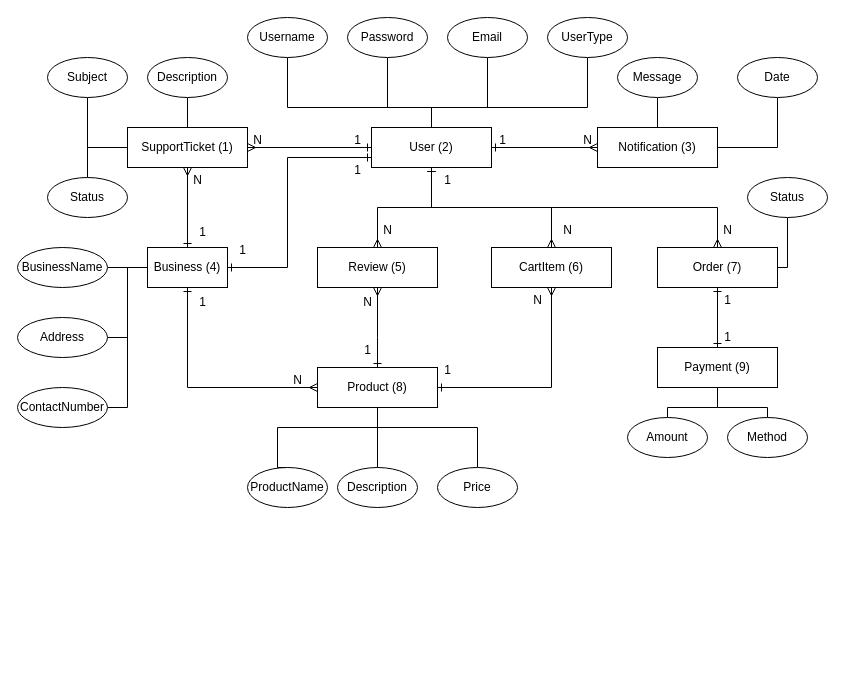
This is Project Proposal/Concept_ERD.drawio from MinMinis/COS20031---Computing-Technology-Design-Project, a draw.io file, before an edit. Source tidied: cells renumbered, new cells numbered last; positions are measured from the earlier drawing's top-left corner, leaving out a move shared by most shapes. Both pictures are drawn from the tidied source at 100%, with x=0, y=0 at pixel (17, 17).
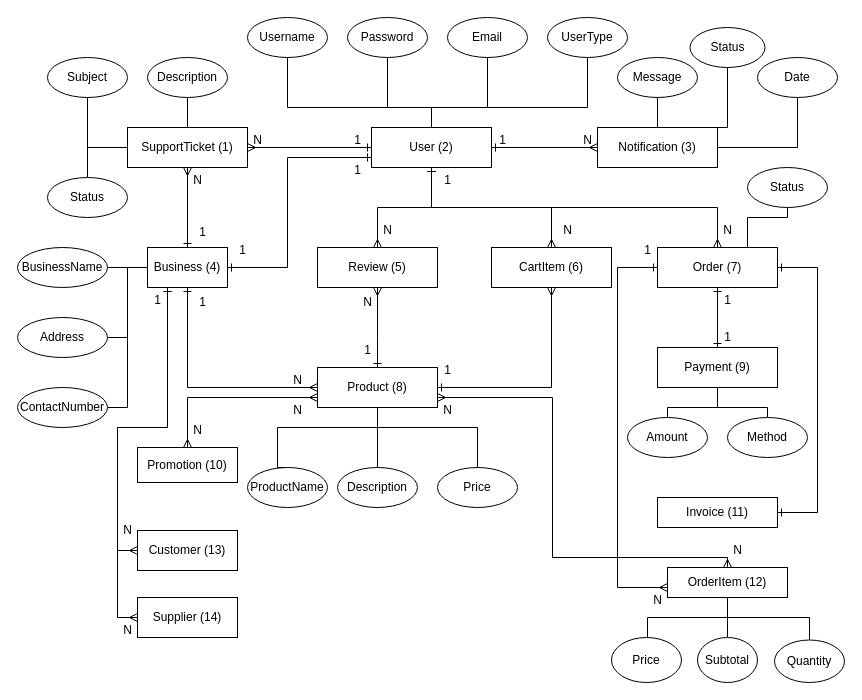
The same diagram, later.

The change refers to these unchanged cells:
```xml
<mxCell id="22" value="Business (4)" style="rounded=0;whiteSpace=wrap;html=1;" parent="1" vertex="1">
  <mxGeometry x="130" y="230" width="80" height="40" as="geometry" />
</mxCell>
<mxCell id="28" value="Product (8)" style="rounded=0;whiteSpace=wrap;html=1;" parent="1" vertex="1">
  <mxGeometry x="300" y="350" width="120" height="40" as="geometry" />
</mxCell>
<mxCell id="31" value="Order (7)" style="rounded=0;whiteSpace=wrap;html=1;" parent="1" vertex="1">
  <mxGeometry x="640" y="230" width="120" height="40" as="geometry" />
</mxCell>
<mxCell id="34" value="Notification (3)" style="rounded=0;whiteSpace=wrap;html=1;" parent="1" vertex="1">
  <mxGeometry x="580" y="110" width="120" height="40" as="geometry" />
</mxCell>
```

What changed in the source:
```diff
@@
+    <mxCell id="78" style="edgeStyle=orthogonalEdgeStyle;rounded=0;jettySize=auto;html=1;entryX=0;entryY=0.5;entryDx=0;entryDy=0;startArrow=ERone;startFill=0;endArrow=ERmany;endFill=0;" parent="1" edge="1" source="22" target="98">
+      <mxGeometry relative="1" as="geometry">
+        <Array as="points">
+          <mxPoint x="150" y="410" />
+          <mxPoint x="100" y="410" />
+          <mxPoint x="100" y="533" />
+        </Array>
+      </mxGeometry>
+    </mxCell>
+    <mxCell id="79" style="edgeStyle=orthogonalEdgeStyle;rounded=0;jettySize=auto;html=1;entryX=0;entryY=0.5;entryDx=0;entryDy=0;startArrow=ERone;startFill=0;endArrow=ERmany;endFill=0;" parent="1" edge="1" source="22" target="99">
+      <mxGeometry relative="1" as="geometry">
+        <Array as="points">
+          <mxPoint x="150" y="410" />
+          <mxPoint x="100" y="410" />
+          <mxPoint x="100" y="600" />
+        </Array>
+      </mxGeometry>
+    </mxCell>
@@
+    <mxCell id="80" style="edgeStyle=orthogonalEdgeStyle;rounded=0;jettySize=auto;html=1;entryX=0.5;entryY=0;entryDx=0;entryDy=0;startArrow=ERmany;startFill=0;endArrow=ERmany;endFill=0;" parent="1" edge="1" source="28" target="94">
+      <mxGeometry relative="1" as="geometry">
+        <Array as="points">
+          <mxPoint x="170" y="380" />
+        </Array>
+      </mxGeometry>
+    </mxCell>
@@
     <mxCell id="30" style="edgeStyle=orthogonalEdgeStyle;rounded=0;jettySize=auto;html=1;entryX=0.5;entryY=1;entryDx=0;entryDy=0;endArrow=none;endFill=0;" parent="1" edge="1" source="31" target="46">
       <mxGeometry relative="1" as="geometry">
         <Array as="points">
-          <mxPoint x="770" y="250" />
+          <mxPoint x="730" y="200" />
         </Array>
       </mxGeometry>
     </mxCell>
+    <mxCell id="81" style="edgeStyle=orthogonalEdgeStyle;rounded=0;jettySize=auto;html=1;entryX=1;entryY=0.5;entryDx=0;entryDy=0;startArrow=ERone;startFill=0;endArrow=ERone;endFill=0;" parent="1" edge="1" source="31" target="84">
+      <mxGeometry relative="1" as="geometry">
+        <Array as="points">
+          <mxPoint x="800" y="250" />
+          <mxPoint x="800" y="495" />
+        </Array>
+      </mxGeometry>
+    </mxCell>
+    <mxCell id="82" style="edgeStyle=orthogonalEdgeStyle;rounded=0;jettySize=auto;html=1;startArrow=ERone;startFill=0;endArrow=ERmany;endFill=0;" parent="1" edge="1" source="31" target="89">
+      <mxGeometry relative="1" as="geometry">
+        <Array as="points">
+          <mxPoint x="600" y="250" />
+          <mxPoint x="600" y="570" />
+        </Array>
+      </mxGeometry>
+    </mxCell>
@@
     <mxCell id="33" style="edgeStyle=orthogonalEdgeStyle;rounded=0;jettySize=auto;html=1;entryX=0.5;entryY=1;entryDx=0;entryDy=0;endArrow=none;endFill=0;" parent="1" edge="1" source="34" target="45">
       <mxGeometry relative="1" as="geometry">
         <Array as="points">
-          <mxPoint x="760" y="130" />
+          <mxPoint x="780" y="130" />
         </Array>
       </mxGeometry>
     </mxCell>
+    <mxCell id="83" style="edgeStyle=orthogonalEdgeStyle;rounded=0;jettySize=auto;html=1;entryX=0.5;entryY=1;entryDx=0;entryDy=0;endArrow=none;endFill=0;" parent="1" edge="1" source="34" target="97">
+      <mxGeometry relative="1" as="geometry">
+        <Array as="points">
+          <mxPoint x="670" y="110" />
+          <mxPoint x="670" y="110" />
+        </Array>
+      </mxGeometry>
+    </mxCell>
@@
     <mxCell id="45" value="Date" style="ellipse;whiteSpace=wrap;html=1;" parent="1" vertex="1">
-      <mxGeometry x="720" y="40" width="80" height="40" as="geometry" />
+      <mxGeometry x="740" y="40" width="80" height="40" as="geometry" />
     </mxCell>
     <mxCell id="46" value="Status" style="ellipse;whiteSpace=wrap;html=1;" parent="1" vertex="1">
-      <mxGeometry x="730" y="160" width="80" height="40" as="geometry" />
+      <mxGeometry x="730" y="150" width="80" height="40" as="geometry" />
     </mxCell>
@@
-    <mxCell id="75" value="N" style="text;html=1;align=center;verticalAlign=middle;strokeColor=none;fillColor=none;" parent="1" vertex="1">
-      <mxGeometry x="505" y="268" width="30" height="30" as="geometry" />
-    </mxCell>
@@
+    <mxCell id="84" value="Invoice (11)" style="rounded=0;whiteSpace=wrap;html=1;" parent="1" vertex="1">
+      <mxGeometry x="640" y="480" width="120" height="30" as="geometry" />
+    </mxCell>
+    <mxCell id="85" style="edgeStyle=orthogonalEdgeStyle;rounded=0;jettySize=auto;html=1;entryX=1;entryY=0.75;entryDx=0;entryDy=0;startArrow=ERmany;startFill=0;endArrow=ERmany;endFill=0;" parent="1" edge="1" source="89" target="28">
+      <mxGeometry relative="1" as="geometry">
+        <Array as="points">
+          <mxPoint x="710" y="540" />
+          <mxPoint x="535" y="540" />
+          <mxPoint x="535" y="380" />
+        </Array>
+      </mxGeometry>
+    </mxCell>
+    <mxCell id="86" style="edgeStyle=orthogonalEdgeStyle;rounded=0;jettySize=auto;html=1;endArrow=none;endFill=0;" parent="1" edge="1" source="89" target="103">
+      <mxGeometry relative="1" as="geometry">
+        <Array as="points">
+          <mxPoint x="710" y="600" />
+        </Array>
+      </mxGeometry>
+    </mxCell>
+    <mxCell id="87" style="edgeStyle=orthogonalEdgeStyle;rounded=0;jettySize=auto;html=1;endArrow=none;endFill=0;" parent="1" edge="1" source="89" target="104">
+      <mxGeometry relative="1" as="geometry">
+        <Array as="points">
+          <mxPoint x="710" y="600" />
+          <mxPoint x="630" y="600" />
+        </Array>
+      </mxGeometry>
+    </mxCell>
+    <mxCell id="88" style="edgeStyle=orthogonalEdgeStyle;rounded=0;jettySize=auto;html=1;endArrow=none;endFill=0;" parent="1" edge="1" source="89" target="105">
+      <mxGeometry relative="1" as="geometry" />
+    </mxCell>
+    <mxCell id="89" value="OrderItem (12)" style="rounded=0;whiteSpace=wrap;html=1;" parent="1" vertex="1">
+      <mxGeometry x="650" y="550" width="120" height="30" as="geometry" />
+    </mxCell>
+    <mxCell id="90" value="1" style="text;html=1;align=center;verticalAlign=middle;strokeColor=none;fillColor=none;" parent="1" vertex="1">
+      <mxGeometry x="615" y="218" width="30" height="30" as="geometry" />
+    </mxCell>
+    <mxCell id="91" value="N" style="text;html=1;align=center;verticalAlign=middle;strokeColor=none;fillColor=none;" parent="1" vertex="1">
+      <mxGeometry x="705" y="518" width="30" height="30" as="geometry" />
+    </mxCell>
+    <mxCell id="92" value="N" style="text;html=1;align=center;verticalAlign=middle;strokeColor=none;fillColor=none;" parent="1" vertex="1">
+      <mxGeometry x="625" y="568" width="30" height="30" as="geometry" />
+    </mxCell>
+    <mxCell id="93" value="N" style="text;html=1;align=center;verticalAlign=middle;strokeColor=none;fillColor=none;" parent="1" vertex="1">
+      <mxGeometry x="415" y="378" width="30" height="30" as="geometry" />
+    </mxCell>
+    <mxCell id="94" value="Promotion (10)" style="rounded=0;whiteSpace=wrap;html=1;" parent="1" vertex="1">
+      <mxGeometry x="120" y="430" width="100" height="35" as="geometry" />
+    </mxCell>
+    <mxCell id="95" value="N" style="text;html=1;align=center;verticalAlign=middle;strokeColor=none;fillColor=none;" parent="1" vertex="1">
+      <mxGeometry x="265" y="378" width="30" height="30" as="geometry" />
+    </mxCell>
+    <mxCell id="96" value="N" style="text;html=1;align=center;verticalAlign=middle;strokeColor=none;fillColor=none;" parent="1" vertex="1">
+      <mxGeometry x="165" y="398" width="30" height="30" as="geometry" />
+    </mxCell>
+    <mxCell id="97" value="Status" style="ellipse;whiteSpace=wrap;html=1;" parent="1" vertex="1">
+      <mxGeometry x="672.5" y="10" width="75" height="40" as="geometry" />
+    </mxCell>
+    <mxCell id="98" value="Customer (13)" style="whiteSpace=wrap;html=1;" parent="1" vertex="1">
+      <mxGeometry x="120" y="513" width="100" height="40" as="geometry" />
+    </mxCell>
+    <mxCell id="99" value="Supplier (14)" style="whiteSpace=wrap;html=1;" parent="1" vertex="1">
+      <mxGeometry x="120" y="580" width="100" height="40" as="geometry" />
+    </mxCell>
+    <mxCell id="100" value="1" style="text;html=1;align=center;verticalAlign=middle;strokeColor=none;fillColor=none;" parent="1" vertex="1">
+      <mxGeometry x="125" y="268" width="30" height="30" as="geometry" />
+    </mxCell>
+    <mxCell id="101" value="N" style="text;html=1;align=center;verticalAlign=middle;strokeColor=none;fillColor=none;" parent="1" vertex="1">
+      <mxGeometry x="95" y="498" width="30" height="30" as="geometry" />
+    </mxCell>
+    <mxCell id="102" value="N" style="text;html=1;align=center;verticalAlign=middle;strokeColor=none;fillColor=none;" parent="1" vertex="1">
+      <mxGeometry x="95" y="598" width="30" height="30" as="geometry" />
+    </mxCell>
+    <mxCell id="103" value="Quantity" style="ellipse;whiteSpace=wrap;html=1;rounded=0;" parent="1" vertex="1">
+      <mxGeometry x="757" y="622.5" width="70" height="42.5" as="geometry" />
+    </mxCell>
+    <mxCell id="104" value="Price" style="ellipse;whiteSpace=wrap;html=1;rounded=0;" parent="1" vertex="1">
+      <mxGeometry x="594" y="620" width="70" height="45" as="geometry" />
+    </mxCell>
+    <mxCell id="105" value="Subtotal" style="ellipse;whiteSpace=wrap;html=1;rounded=0;" parent="1" vertex="1">
+      <mxGeometry x="680" y="620" width="60" height="45" as="geometry" />
+    </mxCell>
```
